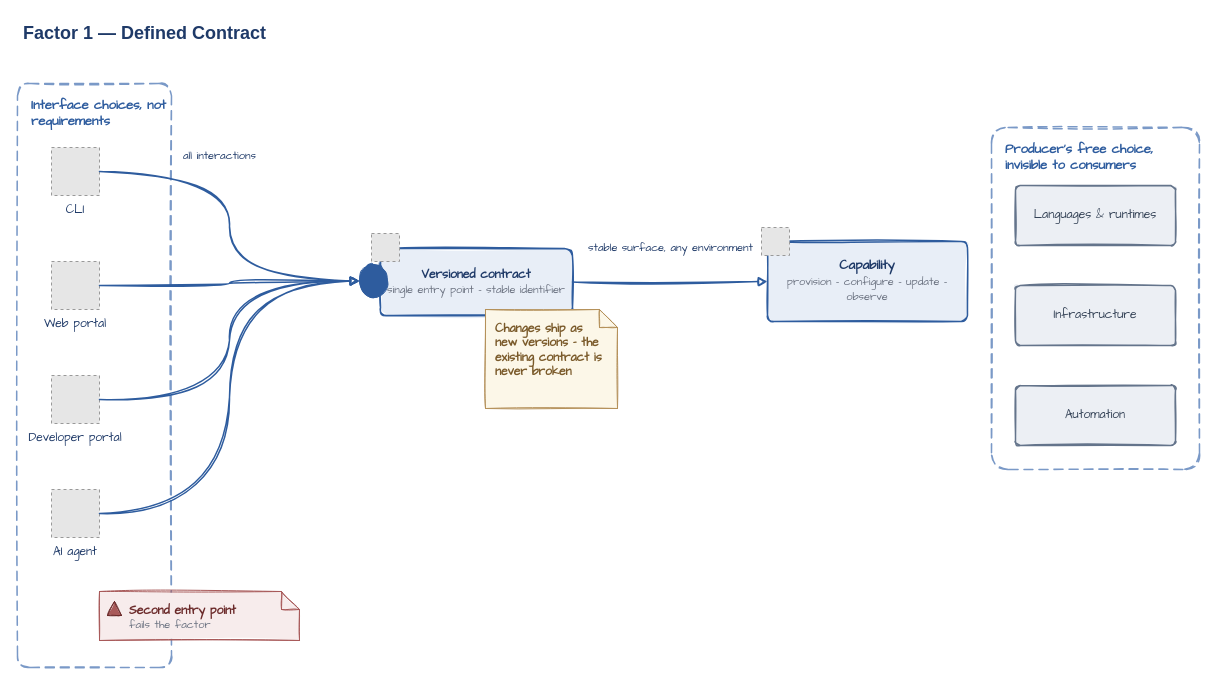
Earlier version of the draw.io diagram diagrams/factor-1-defined-contract.drawio (missBerg/platform-capabilities). Source tidied: cells renumbered, new cells numbered last; positions are measured from the earlier drawing's top-left corner, leaving out a move shared by most shapes. Both pictures are drawn from the tidied source at 100%, with x=0, y=0 at pixel (17, 17). Pictures stored in the file or linked from it are replaced by grey dashed boxes.
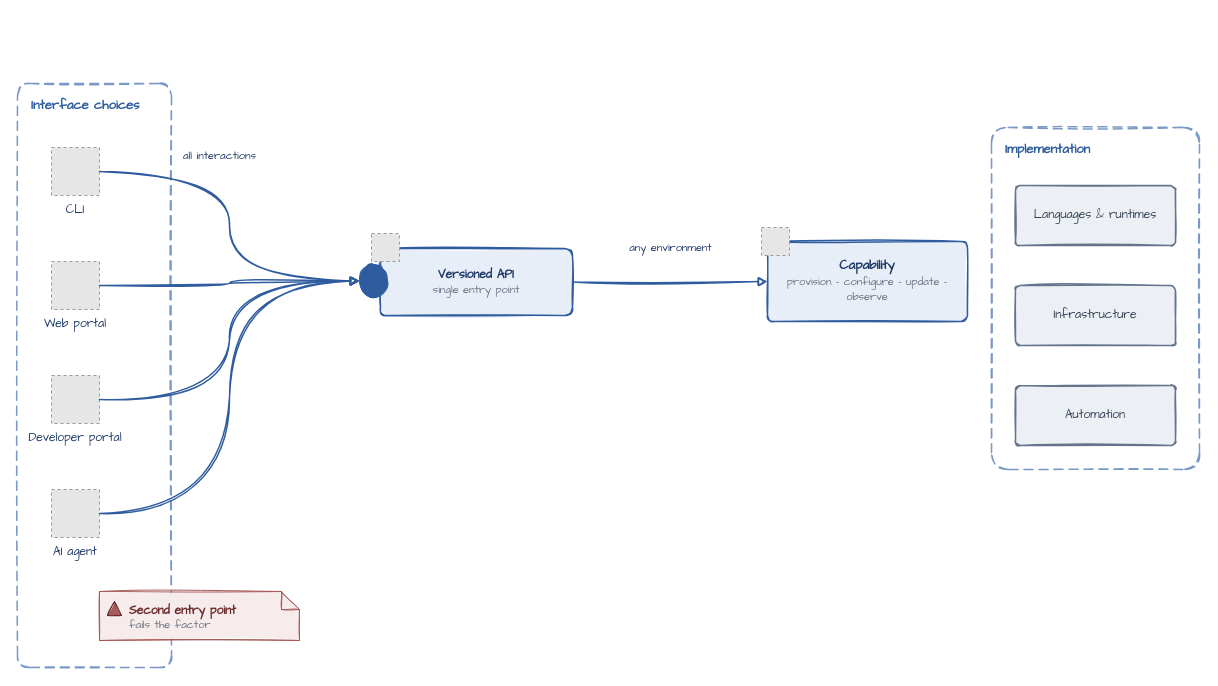
After the change.

The change refers to these unchanged cells:
```xml
<mxCell id="15" value="&lt;b&gt;Capability&lt;/b&gt;&lt;br&gt;&lt;font style=&quot;font-size: 11px&quot; color=&quot;#6B7280&quot;&gt;provision - configure - update - observe&lt;/font&gt;" style="rounded=1;whiteSpace=wrap;html=1;arcSize=8;fillColor=#E8EEF7;strokeColor=#2E5C9E;strokeWidth=1.5;fontColor=#1F3A68;fontFamily=Comic Sans MS;fontSize=13;align=center;verticalAlign=middle;shadow=0;sketch=1;fillStyle=solid;" parent="1" vertex="1">
  <mxGeometry x="750" y="224" width="200" height="80" as="geometry" />
</mxCell>
```

Diff of the diagram source:
```diff
@@
-    <mxCell id="2" value="Factor 1 — Defined Contract" style="text;html=1;align=left;verticalAlign=middle;whiteSpace=wrap;rounded=0;fontColor=#1F3A68;fontFamily=Helvetica;fontSize=18;fontStyle=1;spacingLeft=4;" parent="1" vertex="1">
-      <mxGeometry width="420" height="32" as="geometry" />
-    </mxCell>
-    <mxCell id="3" value="&lt;b&gt;Interface choices, not requirements&lt;/b&gt;" style="rounded=1;whiteSpace=wrap;html=1;arcSize=8;fillColor=none;strokeColor=#7A99C7;strokeWidth=1.5;fontColor=#2E5C9E;fontFamily=Comic Sans MS;fontSize=13;align=left;verticalAlign=top;dashed=1;dashPattern=6 4;spacingLeft=12;spacingTop=8;shadow=0;sketch=1;" parent="1" vertex="1">
+    <mxCell id="3" value="&lt;b&gt;Interface choices&lt;/b&gt;" style="rounded=1;whiteSpace=wrap;html=1;arcSize=8;fillColor=none;strokeColor=#7A99C7;strokeWidth=1.5;fontColor=#2E5C9E;fontFamily=Comic Sans MS;fontSize=13;align=left;verticalAlign=top;dashed=1;dashPattern=6 4;spacingLeft=12;spacingTop=8;shadow=0;sketch=1;" parent="1" vertex="1">
       <mxGeometry y="66" width="154" height="584" as="geometry" />
     </mxCell>
-    <mxCell id="4" value="&lt;b&gt;Producer&amp;#x27;s free choice, invisible to consumers&lt;/b&gt;" style="rounded=1;whiteSpace=wrap;html=1;arcSize=8;fillColor=none;strokeColor=#7A99C7;strokeWidth=1.5;fontColor=#2E5C9E;fontFamily=Comic Sans MS;fontSize=13;align=left;verticalAlign=top;dashed=1;dashPattern=6 4;spacingLeft=12;spacingTop=8;shadow=0;sketch=1;" parent="1" vertex="1">
+    <mxCell id="4" value="&lt;b&gt;Implementation&lt;/b&gt;" style="rounded=1;whiteSpace=wrap;html=1;arcSize=8;fillColor=none;strokeColor=#7A99C7;strokeWidth=1.5;fontColor=#2E5C9E;fontFamily=Comic Sans MS;fontSize=13;align=left;verticalAlign=top;dashed=1;dashPattern=6 4;spacingLeft=12;spacingTop=8;shadow=0;sketch=1;" parent="1" vertex="1">
       <mxGeometry x="974" y="110" width="208" height="342" as="geometry" />
     </mxCell>
@@
-    <mxCell id="9" value="&lt;b&gt;Versioned contract&lt;/b&gt;&lt;br&gt;&lt;font style=&quot;font-size: 11px&quot; color=&quot;#6B7280&quot;&gt;single entry point - stable identifier&lt;/font&gt;" style="rounded=1;whiteSpace=wrap;html=1;arcSize=12;fillColor=#E8EEF7;strokeColor=#2E5C9E;strokeWidth=1.5;fontColor=#1F3A68;fontFamily=Comic Sans MS;fontSize=12;align=center;verticalAlign=middle;shadow=0;sketch=1;fillStyle=solid;" parent="1" vertex="1">
+    <mxCell id="9" value="&lt;b&gt;Versioned API&lt;/b&gt;&lt;br&gt;&lt;font style=&quot;font-size: 11px&quot; color=&quot;#6B7280&quot;&gt;single entry point&lt;/font&gt;" style="rounded=1;whiteSpace=wrap;html=1;arcSize=12;fillColor=#E8EEF7;strokeColor=#2E5C9E;strokeWidth=1.5;fontColor=#1F3A68;fontFamily=Comic Sans MS;fontSize=12;align=center;verticalAlign=middle;shadow=0;sketch=1;fillStyle=solid;" parent="1" vertex="1">
       <mxGeometry x="363" y="231" width="192" height="67" as="geometry" />
     </mxCell>
@@
-    <mxCell id="12" value="&lt;b&gt;Changes ship as new versions - the existing contract is never broken&lt;/b&gt;" style="shape=note;whiteSpace=wrap;html=1;backgroundOutline=1;fillColor=#FCF7E8;strokeColor=#B5915A;strokeWidth=1;fontColor=#7A5A2A;fontFamily=Comic Sans MS;fontSize=12;align=left;verticalAlign=top;spacingLeft=8;spacingTop=6;spacingRight=8;shadow=0;size=18;sketch=1;fillStyle=solid;" parent="1" vertex="1">
-      <mxGeometry x="468" y="292" width="132" height="99" as="geometry" />
-    </mxCell>
@@
-    <mxCell id="24" value="stable surface, any environment" style="edgeStyle=orthogonalEdgeStyle;endArrow=block;html=1;rounded=0;strokeColor=#2E5C9E;strokeWidth=1.5;fontColor=#1F3A68;fontFamily=Comic Sans MS;fontSize=11;endFill=1;sketch=1;sketch=1;curveFitting=1;jiggle=2;curved=1;exitX=1;exitY=0.5;exitDx=0;exitDy=0;entryX=0;entryY=0.5;entryDx=0;entryDy=0;" parent="1" edge="1" source="9" target="15">
+    <mxCell id="24" value="any environment" style="edgeStyle=orthogonalEdgeStyle;endArrow=block;html=1;rounded=0;strokeColor=#2E5C9E;strokeWidth=1.5;fontColor=#1F3A68;fontFamily=Comic Sans MS;fontSize=11;endFill=1;sketch=1;sketch=1;curveFitting=1;jiggle=2;curved=1;exitX=1;exitY=0.5;exitDx=0;exitDy=0;entryX=0;entryY=0.5;entryDx=0;entryDy=0;" parent="1" edge="1" source="9" target="15">
       <mxGeometry y="34" relative="1" as="geometry" />
     </mxCell>
```
